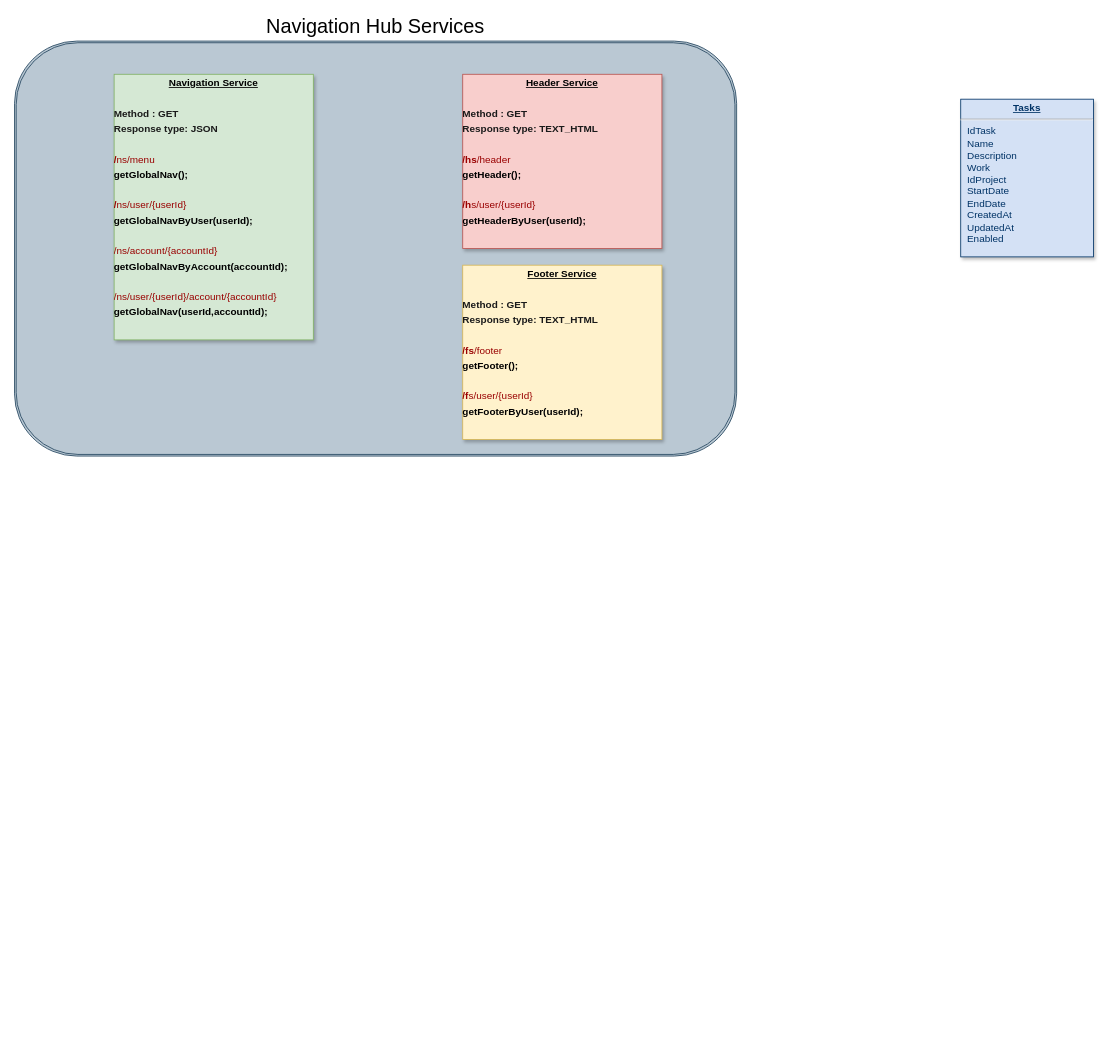
This is page "Page-1" (1 of 2) of Navig class.drawio from neio100/orange, a draw.io file, before an edit. Source tidied: cells renumbered, new cells numbered last; positions are measured from the earlier drawing's top-left corner, leaving out a move shared by most shapes. Both pictures are drawn from the tidied source at 83%, with x=0, y=0 at pixel (14, 41).
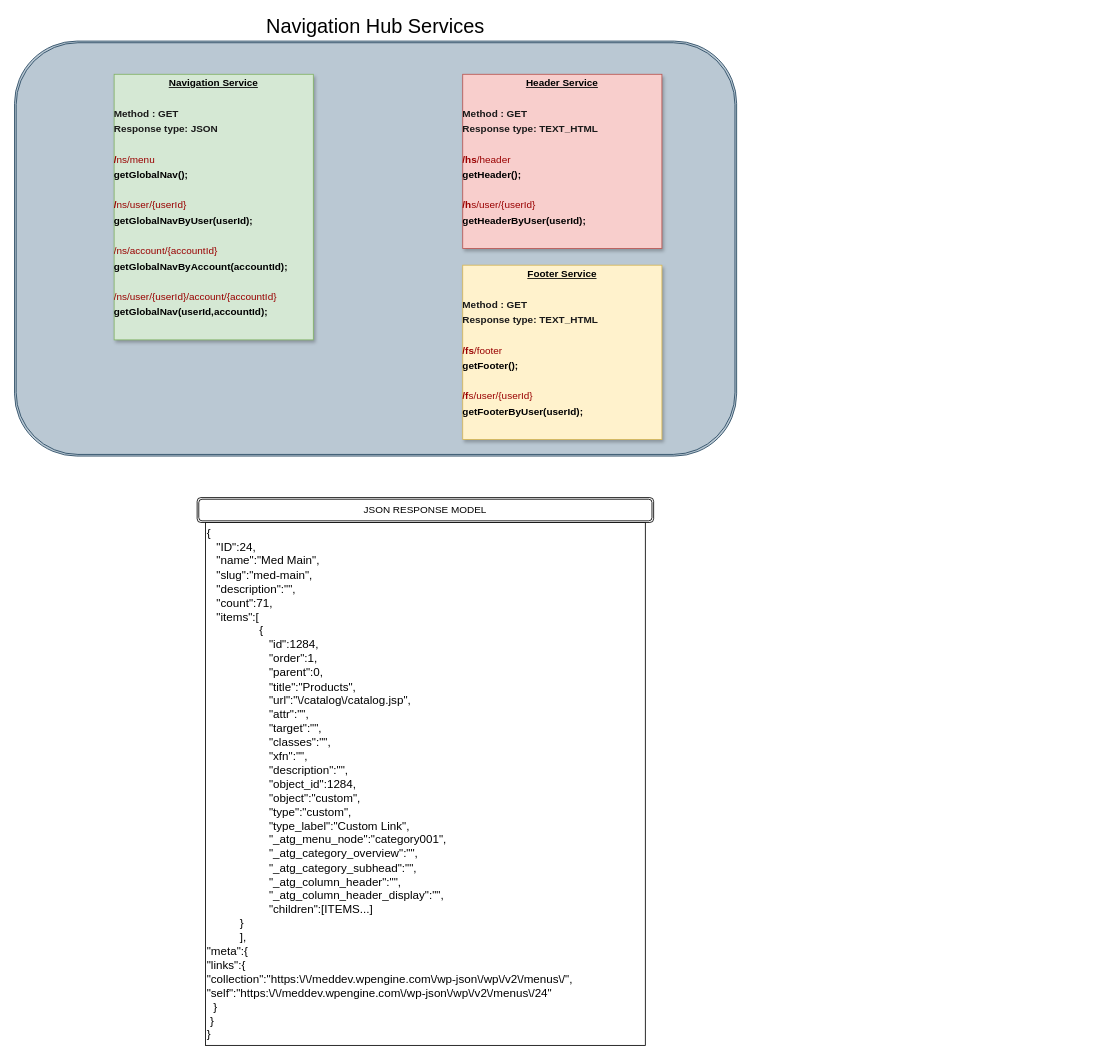
Above is the later version.

What changed in the source:
```diff
@@
 <mxGraphModel>
   <root>
     <mxCell id="0" />
     <mxCell id="1" parent="0" />
     <mxCell id="2" value="&lt;span style=&quot;font-size: 24px&quot;&gt;Navigation Hub Services&lt;/span&gt;" style="shape=ext;double=1;rounded=1;whiteSpace=wrap;html=1;fillColor=#bac8d3;strokeColor=#23445d;align=center;labelPosition=center;verticalLabelPosition=top;verticalAlign=bottom;" parent="1" vertex="1">
       <mxGeometry width="870" height="500" as="geometry" />
     </mxCell>
     <mxCell id="3" value="&lt;p style=&quot;margin: 4px 0px 0px ; text-align: center&quot;&gt;&lt;b&gt;&lt;u&gt;Navigation Service&lt;/u&gt;&lt;/b&gt;&lt;/p&gt;&lt;p style=&quot;margin: 4px 0px 0px ; text-align: center&quot;&gt;&lt;b&gt;&lt;u&gt;&lt;br&gt;&lt;/u&gt;&lt;/b&gt;&lt;/p&gt;&lt;p style=&quot;margin: 4px 0px 0px&quot;&gt;&lt;b&gt;&lt;font color=&quot;#1a1a1a&quot;&gt;Method : GET&lt;/font&gt;&lt;/b&gt;&lt;/p&gt;&lt;p style=&quot;margin: 4px 0px 0px&quot;&gt;&lt;b&gt;&lt;font color=&quot;#1a1a1a&quot;&gt;Response type: JSON&lt;/font&gt;&lt;/b&gt;&lt;/p&gt;&lt;p style=&quot;margin: 0px ; margin-top: 4px ; text-align: center ; text-decoration: underline&quot;&gt;&lt;b&gt;&lt;br&gt;&lt;/b&gt;&lt;/p&gt;&lt;p style=&quot;margin: 4px 0px 0px&quot;&gt;&lt;font color=&quot;#990000&quot;&gt;&lt;b&gt;/&lt;/b&gt;ns/menu&lt;/font&gt;&lt;/p&gt;&lt;p style=&quot;margin: 4px 0px 0px&quot;&gt;&lt;b&gt;getGlobalNav();&lt;/b&gt;&lt;/p&gt;&lt;p style=&quot;margin: 4px 0px 0px&quot;&gt;&lt;b&gt;&lt;br&gt;&lt;/b&gt;&lt;/p&gt;&lt;p style=&quot;margin: 4px 0px 0px&quot;&gt;&lt;font color=&quot;#990000&quot;&gt;&lt;b&gt;/&lt;/b&gt;ns/user/{userId}&lt;/font&gt;&lt;/p&gt;&lt;p style=&quot;margin: 4px 0px 0px&quot;&gt;&lt;b&gt;getGlobalNavByUser(userId);&lt;/b&gt;&lt;/p&gt;&lt;p style=&quot;margin: 4px 0px 0px&quot;&gt;&lt;b&gt;&lt;br&gt;&lt;/b&gt;&lt;/p&gt;&lt;p style=&quot;margin: 4px 0px 0px&quot;&gt;&lt;font color=&quot;#990000&quot;&gt;/ns/account/{accountId}&lt;/font&gt;&lt;/p&gt;&lt;p style=&quot;margin: 4px 0px 0px&quot;&gt;&lt;b&gt;getGlobalNavByAccount(accountId);&lt;/b&gt;&lt;/p&gt;&lt;p style=&quot;margin: 4px 0px 0px&quot;&gt;&lt;b&gt;&lt;br&gt;&lt;/b&gt;&lt;/p&gt;&lt;p style=&quot;margin: 4px 0px 0px&quot;&gt;&lt;font color=&quot;#990000&quot;&gt;/ns/user/{userId}/account/{accountId}&lt;/font&gt;&lt;/p&gt;&lt;p style=&quot;margin: 4px 0px 0px&quot;&gt;&lt;b&gt;getGlobalNav(userId,accountId);&lt;/b&gt;&lt;/p&gt;" style="verticalAlign=top;align=left;overflow=fill;fontSize=12;fontFamily=Helvetica;html=1;strokeColor=#82b366;shadow=1;fillColor=#d5e8d4;" parent="1" vertex="1">
       <mxGeometry x="120" y="40" width="240" height="320" as="geometry" />
     </mxCell>
-    <mxCell id="4" value="&lt;p style=&quot;margin: 0px; margin-top: 4px; text-align: center; text-decoration: underline;&quot;&gt;&lt;strong&gt;Tasks&lt;/strong&gt;&lt;/p&gt;&lt;hr /&gt;&lt;p style=&quot;margin: 0px; margin-left: 8px;&quot;&gt;IdTask&lt;/p&gt;&lt;p style=&quot;margin: 0px; margin-left: 8px;&quot;&gt;Name&lt;/p&gt;&lt;p style=&quot;margin: 0px; margin-left: 8px;&quot;&gt;Description&lt;/p&gt;&lt;p style=&quot;margin: 0px; margin-left: 8px;&quot;&gt;Work&lt;/p&gt;&lt;p style=&quot;margin: 0px; margin-left: 8px;&quot;&gt;IdProject&lt;/p&gt;&lt;p style=&quot;margin: 0px; margin-left: 8px;&quot;&gt;StartDate&lt;/p&gt;&lt;p style=&quot;margin: 0px; margin-left: 8px;&quot;&gt;EndDate&lt;/p&gt;&lt;p style=&quot;margin: 0px; margin-left: 8px;&quot;&gt;CreatedAt&lt;/p&gt;&lt;p style=&quot;margin: 0px; margin-left: 8px;&quot;&gt;UpdatedAt&lt;/p&gt;&lt;p style=&quot;margin: 0px; margin-left: 8px;&quot;&gt;Enabled&lt;/p&gt;" style="verticalAlign=top;align=left;overflow=fill;fontSize=12;fontFamily=Helvetica;html=1;strokeColor=#003366;shadow=1;fillColor=#D4E1F5;fontColor=#003366;" parent="1" vertex="1">
-      <mxGeometry x="1140" y="70" width="160" height="190" as="geometry" />
-    </mxCell>
     <mxCell id="5" value="&lt;p style=&quot;margin: 4px 0px 0px ; text-align: center&quot;&gt;&lt;b&gt;&lt;u&gt;Header Service&lt;/u&gt;&lt;/b&gt;&lt;/p&gt;&lt;p style=&quot;margin: 4px 0px 0px ; text-align: center&quot;&gt;&lt;b&gt;&lt;u&gt;&lt;br&gt;&lt;/u&gt;&lt;/b&gt;&lt;/p&gt;&lt;p style=&quot;margin: 4px 0px 0px&quot;&gt;&lt;b&gt;&lt;font color=&quot;#1a1a1a&quot;&gt;Method : GET&lt;/font&gt;&lt;/b&gt;&lt;/p&gt;&lt;p style=&quot;margin: 4px 0px 0px&quot;&gt;&lt;b&gt;&lt;font color=&quot;#1a1a1a&quot;&gt;Response type: TEXT_HTML&lt;/font&gt;&lt;/b&gt;&lt;/p&gt;&lt;p style=&quot;margin: 0px ; margin-top: 4px ; text-align: center ; text-decoration: underline&quot;&gt;&lt;b&gt;&lt;br&gt;&lt;/b&gt;&lt;/p&gt;&lt;p style=&quot;margin: 4px 0px 0px&quot;&gt;&lt;font color=&quot;#990000&quot;&gt;&lt;b&gt;/hs&lt;/b&gt;/header&lt;/font&gt;&lt;/p&gt;&lt;p style=&quot;margin: 4px 0px 0px&quot;&gt;&lt;b&gt;getHeader();&lt;/b&gt;&lt;/p&gt;&lt;p style=&quot;margin: 4px 0px 0px&quot;&gt;&lt;b&gt;&lt;br&gt;&lt;/b&gt;&lt;/p&gt;&lt;p style=&quot;margin: 4px 0px 0px&quot;&gt;&lt;font color=&quot;#990000&quot;&gt;&lt;b&gt;/h&lt;/b&gt;s/user/{userId}&lt;/font&gt;&lt;/p&gt;&lt;p style=&quot;margin: 4px 0px 0px&quot;&gt;&lt;b&gt;getHeaderByUser(userId);&lt;/b&gt;&lt;/p&gt;&lt;p style=&quot;margin: 4px 0px 0px&quot;&gt;&lt;b&gt;&lt;br&gt;&lt;/b&gt;&lt;/p&gt;&lt;p style=&quot;margin: 4px 0px 0px&quot;&gt;&lt;br&gt;&lt;/p&gt;" style="verticalAlign=top;align=left;overflow=fill;fontSize=12;fontFamily=Helvetica;html=1;strokeColor=#b85450;shadow=1;fillColor=#f8cecc;" parent="1" vertex="1">
       <mxGeometry x="540" y="40" width="240" height="210" as="geometry" />
     </mxCell>
     <mxCell id="6" value="&lt;p style=&quot;margin: 4px 0px 0px ; text-align: center&quot;&gt;&lt;b&gt;&lt;u&gt;Footer Service&lt;/u&gt;&lt;/b&gt;&lt;/p&gt;&lt;p style=&quot;margin: 4px 0px 0px ; text-align: center&quot;&gt;&lt;b&gt;&lt;u&gt;&lt;br&gt;&lt;/u&gt;&lt;/b&gt;&lt;/p&gt;&lt;p style=&quot;margin: 4px 0px 0px&quot;&gt;&lt;b&gt;&lt;font color=&quot;#1a1a1a&quot;&gt;Method : GET&lt;/font&gt;&lt;/b&gt;&lt;/p&gt;&lt;p style=&quot;margin: 4px 0px 0px&quot;&gt;&lt;b&gt;&lt;font color=&quot;#1a1a1a&quot;&gt;Response type: TEXT_HTML&lt;/font&gt;&lt;/b&gt;&lt;/p&gt;&lt;p style=&quot;margin: 0px ; margin-top: 4px ; text-align: center ; text-decoration: underline&quot;&gt;&lt;b&gt;&lt;br&gt;&lt;/b&gt;&lt;/p&gt;&lt;p style=&quot;margin: 4px 0px 0px&quot;&gt;&lt;font color=&quot;#990000&quot;&gt;&lt;b&gt;/fs&lt;/b&gt;/footer&lt;/font&gt;&lt;/p&gt;&lt;p style=&quot;margin: 4px 0px 0px&quot;&gt;&lt;b&gt;getFooter();&lt;/b&gt;&lt;/p&gt;&lt;p style=&quot;margin: 4px 0px 0px&quot;&gt;&lt;b&gt;&lt;br&gt;&lt;/b&gt;&lt;/p&gt;&lt;p style=&quot;margin: 4px 0px 0px&quot;&gt;&lt;font color=&quot;#990000&quot;&gt;&lt;b&gt;/f&lt;/b&gt;s/user/{userId}&lt;/font&gt;&lt;/p&gt;&lt;p style=&quot;margin: 4px 0px 0px&quot;&gt;&lt;b&gt;getFooterByUser(userId);&lt;/b&gt;&lt;/p&gt;&lt;p style=&quot;margin: 4px 0px 0px&quot;&gt;&lt;b&gt;&lt;br&gt;&lt;/b&gt;&lt;/p&gt;&lt;p style=&quot;margin: 4px 0px 0px&quot;&gt;&lt;br&gt;&lt;/p&gt;" style="verticalAlign=top;align=left;overflow=fill;fontSize=12;fontFamily=Helvetica;html=1;strokeColor=#d6b656;shadow=1;fillColor=#fff2cc;" parent="1" vertex="1">
       <mxGeometry x="540" y="270" width="240" height="210" as="geometry" />
     </mxCell>
+    <mxCell id="7" value="&lt;font style=&quot;font-size: 14px&quot;&gt;{ &lt;br&gt;&amp;nbsp; &amp;nbsp;&quot;ID&quot;:24,&lt;br&gt;&amp;nbsp; &amp;nbsp;&quot;name&quot;:&quot;Med Main&quot;,&lt;br&gt;&amp;nbsp; &amp;nbsp;&quot;slug&quot;:&quot;med-main&quot;,&lt;br&gt;&amp;nbsp; &amp;nbsp;&quot;description&quot;:&quot;&quot;,&lt;br&gt;&amp;nbsp; &amp;nbsp;&quot;count&quot;:71,&lt;br&gt;&amp;nbsp; &amp;nbsp;&quot;items&quot;:[&lt;br&gt;&lt;/font&gt;&lt;blockquote style=&quot;margin: 0 0 0 40px ; border: none ; padding: 0px&quot;&gt;&lt;font style=&quot;font-size: 14px&quot;&gt;&amp;nbsp; &amp;nbsp; &amp;nbsp; {&lt;br&gt;&lt;/font&gt;&lt;font style=&quot;font-size: 14px&quot;&gt;&amp;nbsp; &amp;nbsp; &amp;nbsp; &amp;nbsp; &amp;nbsp;&quot;id&quot;:1284,&lt;br&gt;&lt;/font&gt;&lt;font style=&quot;font-size: 14px&quot;&gt;&amp;nbsp; &amp;nbsp; &amp;nbsp; &amp;nbsp; &amp;nbsp;&quot;order&quot;:1,&lt;br&gt;&lt;/font&gt;&lt;font style=&quot;font-size: 14px&quot;&gt;&amp;nbsp; &amp;nbsp; &amp;nbsp; &amp;nbsp; &amp;nbsp;&quot;parent&quot;:0,&lt;br&gt;&lt;/font&gt;&lt;font style=&quot;font-size: 14px&quot;&gt;&amp;nbsp; &amp;nbsp; &amp;nbsp; &amp;nbsp; &amp;nbsp;&quot;title&quot;:&quot;Products&quot;,&lt;br&gt;&lt;/font&gt;&lt;font style=&quot;font-size: 14px&quot;&gt;&amp;nbsp; &amp;nbsp; &amp;nbsp; &amp;nbsp; &amp;nbsp;&quot;url&quot;:&quot;\/catalog\/catalog.jsp&quot;,&lt;br&gt;&lt;/font&gt;&lt;font style=&quot;font-size: 14px&quot;&gt;&amp;nbsp; &amp;nbsp; &amp;nbsp; &amp;nbsp; &amp;nbsp;&quot;attr&quot;:&quot;&quot;,&lt;br&gt;&lt;/font&gt;&lt;font style=&quot;font-size: 14px&quot;&gt;&amp;nbsp; &amp;nbsp; &amp;nbsp; &amp;nbsp; &amp;nbsp;&quot;target&quot;:&quot;&quot;,&lt;br&gt;&lt;/font&gt;&lt;font style=&quot;font-size: 14px&quot;&gt;&amp;nbsp; &amp;nbsp; &amp;nbsp; &amp;nbsp; &amp;nbsp;&quot;classes&quot;:&quot;&quot;,&lt;br&gt;&lt;/font&gt;&lt;font style=&quot;font-size: 14px&quot;&gt;&amp;nbsp; &amp;nbsp; &amp;nbsp; &amp;nbsp; &amp;nbsp;&quot;xfn&quot;:&quot;&quot;,&lt;br&gt;&lt;/font&gt;&lt;font style=&quot;font-size: 14px&quot;&gt;&amp;nbsp; &amp;nbsp; &amp;nbsp; &amp;nbsp; &amp;nbsp;&quot;description&quot;:&quot;&quot;,&lt;br&gt;&lt;/font&gt;&lt;font style=&quot;font-size: 14px&quot;&gt;&amp;nbsp; &amp;nbsp; &amp;nbsp; &amp;nbsp; &amp;nbsp;&quot;object_id&quot;:1284,&lt;br&gt;&lt;/font&gt;&lt;font style=&quot;font-size: 14px&quot;&gt;&amp;nbsp; &amp;nbsp; &amp;nbsp; &amp;nbsp; &amp;nbsp;&quot;object&quot;:&quot;custom&quot;,&lt;br&gt;&lt;/font&gt;&lt;font style=&quot;font-size: 14px&quot;&gt;&amp;nbsp; &amp;nbsp; &amp;nbsp; &amp;nbsp; &amp;nbsp;&quot;type&quot;:&quot;custom&quot;,&lt;br&gt;&lt;/font&gt;&lt;font style=&quot;font-size: 14px&quot;&gt;&amp;nbsp; &amp;nbsp; &amp;nbsp; &amp;nbsp; &amp;nbsp;&quot;type_label&quot;:&quot;Custom Link&quot;,&lt;br&gt;&lt;/font&gt;&lt;font style=&quot;font-size: 14px&quot;&gt;&amp;nbsp; &amp;nbsp; &amp;nbsp; &amp;nbsp; &amp;nbsp;&quot;_atg_menu_node&quot;:&quot;category001&quot;,&lt;br&gt;&lt;/font&gt;&lt;font style=&quot;font-size: 14px&quot;&gt;&amp;nbsp; &amp;nbsp; &amp;nbsp; &amp;nbsp; &amp;nbsp;&quot;_atg_category_overview&quot;:&quot;&quot;,&lt;br&gt;&lt;/font&gt;&lt;font style=&quot;font-size: 14px&quot;&gt;&amp;nbsp; &amp;nbsp; &amp;nbsp; &amp;nbsp; &amp;nbsp;&quot;_atg_category_subhead&quot;:&quot;&quot;,&lt;br&gt;&lt;/font&gt;&lt;font style=&quot;font-size: 14px&quot;&gt;&amp;nbsp; &amp;nbsp; &amp;nbsp; &amp;nbsp; &amp;nbsp;&quot;_atg_column_header&quot;:&quot;&quot;,&lt;br&gt;&lt;/font&gt;&lt;font style=&quot;font-size: 14px&quot;&gt;&amp;nbsp; &amp;nbsp; &amp;nbsp; &amp;nbsp; &amp;nbsp;&quot;_atg_column_header_display&quot;:&quot;&quot;,&lt;br&gt;&lt;/font&gt;&lt;font style=&quot;font-size: 14px&quot;&gt;&amp;nbsp; &amp;nbsp; &amp;nbsp; &amp;nbsp; &amp;nbsp;&quot;children&quot;:[ITEMS...]&lt;br&gt;&lt;/font&gt;&lt;font style=&quot;font-size: 14px&quot;&gt;}&lt;br&gt;&lt;/font&gt;&lt;span style=&quot;font-size: 14px&quot;&gt;],&lt;/span&gt;&lt;/blockquote&gt;&lt;span style=&quot;font-size: 14px&quot;&gt;&quot;meta&quot;:{&lt;br&gt;&quot;links&quot;:{&lt;br&gt;&quot;collection&quot;:&quot;https:\/\/meddev.wpengine.com\/wp-json\/wp\/v2\/menus\/&quot;,&lt;br&gt;&quot;self&quot;:&quot;https:\/\/meddev.wpengine.com\/wp-json\/wp\/v2\/menus\/24&quot;&lt;br&gt;&lt;span&gt; &lt;/span&gt;&lt;span&gt; &lt;/span&gt;&lt;span style=&quot;white-space: pre&quot;&gt; &lt;/span&gt;&lt;span style=&quot;white-space: pre&quot;&gt; &lt;/span&gt;}&lt;br&gt;&lt;span&gt; &lt;/span&gt;&lt;span style=&quot;white-space: pre&quot;&gt; &lt;/span&gt;}&lt;br&gt;&lt;div&gt;&lt;span&gt;}&lt;/span&gt;&lt;/div&gt;&lt;/span&gt;" style="rounded=0;whiteSpace=wrap;html=1;align=left;" parent="1" vertex="1">
+      <mxGeometry x="230" y="580" width="530" height="630" as="geometry" />
+    </mxCell>
+    <mxCell id="8" value="JSON RESPONSE MODEL" style="shape=ext;double=1;rounded=1;whiteSpace=wrap;html=1;" parent="1" vertex="1">
+      <mxGeometry x="220" y="550" width="550" height="30" as="geometry" />
+    </mxCell>
   </root>
 </mxGraphModel>
```
